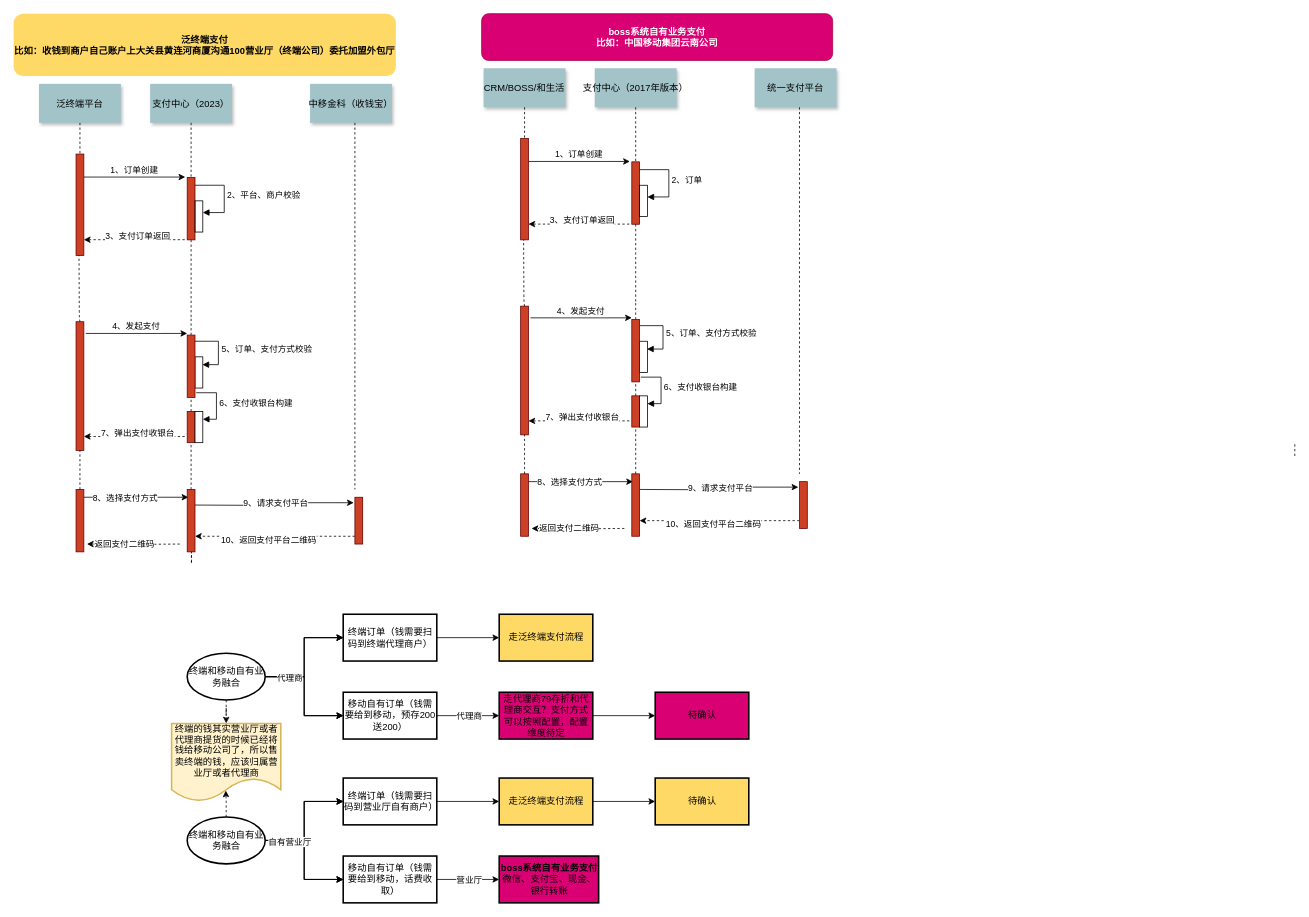
315944211/doc keeps this draw.io diagram as 未命名绘图.drawio. Above is the earlier version. Source tidied: cells renumbered, new cells numbered last; positions are measured from the earlier drawing's top-left corner, leaving out a move shared by most shapes. Both pictures are drawn from the tidied source at 78%, with x=0, y=0 at pixel (13, 13).
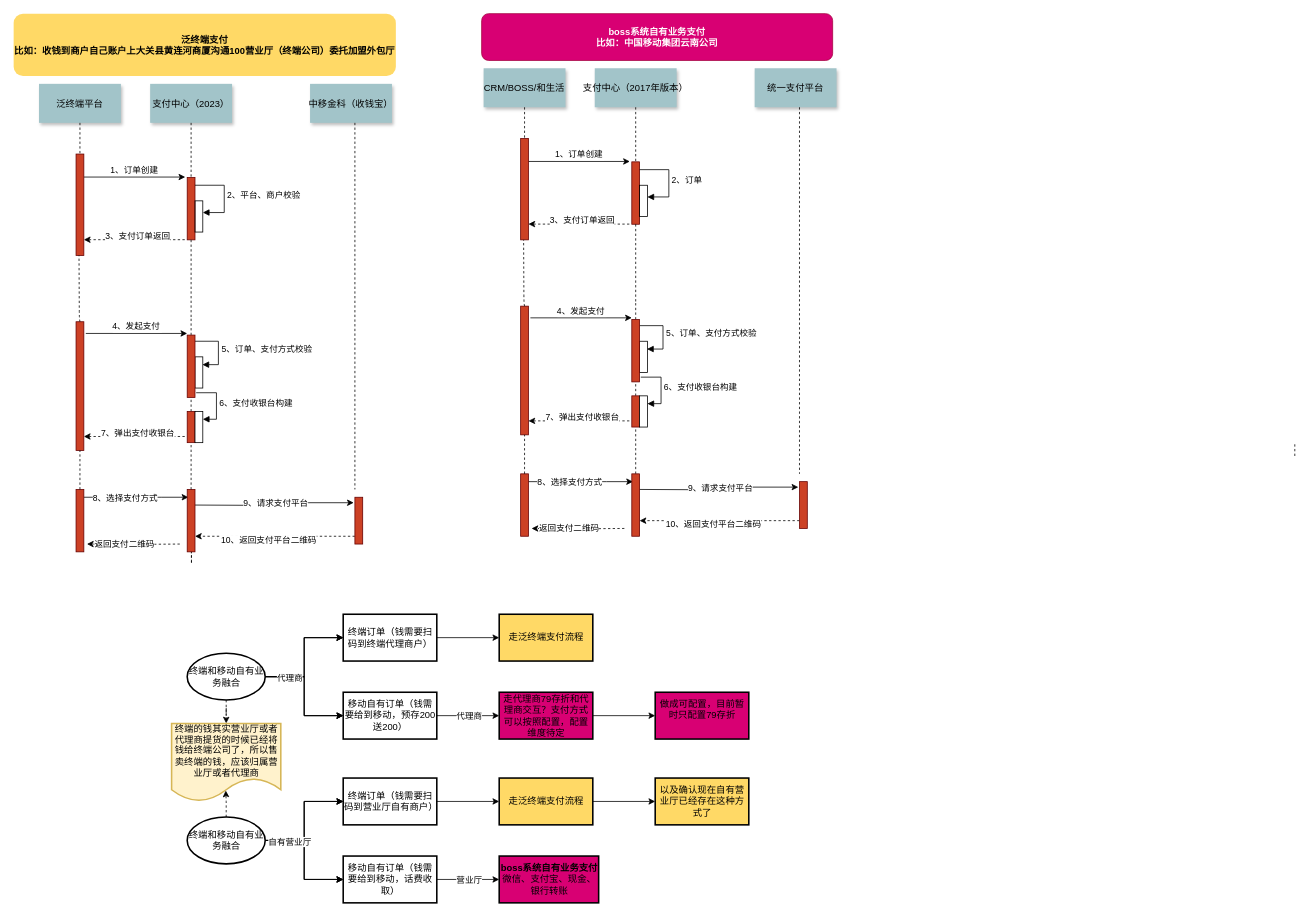
The same page after the edit.

Commit message:
更新未命名绘图.drawio

Diff of the diagram source:
```diff
@@
-    <mxCell id="120" value="待确认" style="whiteSpace=wrap;html=1;fillColor=#D80073;strokeWidth=2;" parent="1" vertex="1">
+    <mxCell id="120" value="&lt;div&gt;做成可配置，目前暂时只配置79存折&lt;/div&gt;&lt;div&gt;&lt;br&gt;&lt;/div&gt;" style="whiteSpace=wrap;html=1;fillColor=#D80073;strokeWidth=2;" parent="1" vertex="1">
       <mxGeometry x="822.5" y="870" width="120" height="60" as="geometry" />
     </mxCell>
-    <mxCell id="121" value="待确认" style="whiteSpace=wrap;html=1;fillColor=#FFD966;strokeWidth=2;" parent="1" vertex="1">
+    <mxCell id="121" value="以及确认现在自有营业厅已经存在这种方式了" style="whiteSpace=wrap;html=1;fillColor=#FFD966;strokeWidth=2;" parent="1" vertex="1">
       <mxGeometry x="822.5" y="980" width="120" height="60" as="geometry" />
     </mxCell>
-    <mxCell id="122" value="终端的钱其实营业厅或者代理商提货的时候已经将钱给移动公司了，所以售卖终端的钱，应该归属营业厅或者代理商" style="shape=document;whiteSpace=wrap;html=1;boundedLbl=1;strokeWidth=2;size=0.3;fillColor=#fff2cc;strokeColor=#d6b656;" parent="1" vertex="1">
+    <mxCell id="122" value="终端的钱其实营业厅或者代理商提货的时候已经将钱给终端公司了，所以售卖终端的钱，应该归属营业厅或者代理商" style="shape=document;whiteSpace=wrap;html=1;boundedLbl=1;strokeWidth=2;size=0.3;fillColor=#fff2cc;strokeColor=#d6b656;" parent="1" vertex="1">
       <mxGeometry x="202.5" y="910" width="140" height="100" as="geometry" />
     </mxCell>
```
